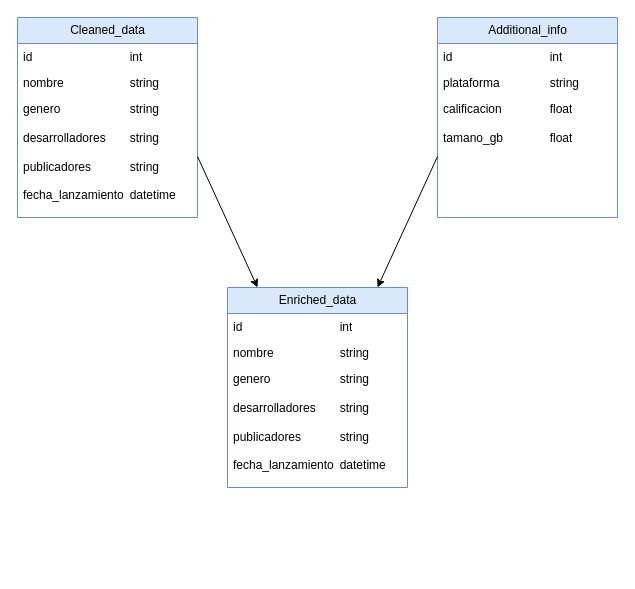
Before: docs/modelo_datos.drawio in aguilaradry/proyecto_integrador_edwin_sanchez_nikol_tamayo_adriana_aguilar, a draw.io diagram. Source tidied: cells renumbered, new cells numbered last; positions are measured from the earlier drawing's top-left corner, leaving out a move shared by most shapes. Both pictures are drawn from the tidied source at 100%, with x=0, y=0 at pixel (17, 17).
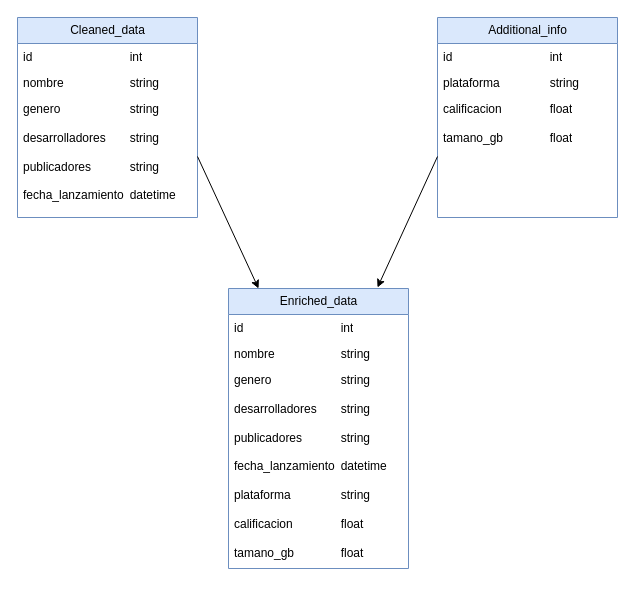
The same page after the edit.

Commit message:
actualizando el modelo de datos

The edit, as a diff of the source:
```diff
@@
 <mxGraphModel>
   <root>
     <mxCell id="0" />
     <mxCell id="1" parent="0" />
     <mxCell id="2" value="Cleaned_data" style="swimlane;fontStyle=0;horizontal=1;startSize=26;fillColor=#dae8fc;html=1;strokeColor=#6c8ebf;" parent="1" vertex="1">
       <mxGeometry width="180" height="200" as="geometry" />
     </mxCell>
     <mxCell id="3" value="id&lt;span style=&quot;white-space: pre;&quot;&gt;&#9;&lt;/span&gt;&lt;span style=&quot;white-space: pre;&quot;&gt;&#9;&lt;/span&gt;&lt;span style=&quot;white-space: pre;&quot;&gt;&#9;&lt;/span&gt;&lt;span style=&quot;white-space: pre;&quot;&gt;&#9;&lt;/span&gt;int" style="text;strokeColor=none;fillColor=none;align=left;verticalAlign=top;spacingLeft=4;spacingRight=4;overflow=hidden;whiteSpace=wrap;html=1;" parent="2" vertex="1">
       <mxGeometry y="26" width="180" height="26" as="geometry" />
     </mxCell>
     <mxCell id="4" value="nombre&lt;span style=&quot;white-space: pre;&quot;&gt;&#9;&lt;/span&gt;&lt;span style=&quot;white-space: pre;&quot;&gt;&#9;&lt;/span&gt;&lt;span style=&quot;white-space: pre;&quot;&gt;&#9;&lt;/span&gt;string" style="text;strokeColor=none;fillColor=none;align=left;verticalAlign=top;spacingLeft=4;spacingRight=4;overflow=hidden;whiteSpace=wrap;html=1;" parent="2" vertex="1">
       <mxGeometry y="52" width="180" height="26" as="geometry" />
     </mxCell>
     <mxCell id="5" value="genero&lt;span style=&quot;white-space: pre;&quot;&gt;&#9;&lt;/span&gt;&lt;span style=&quot;white-space: pre;&quot;&gt;&#9;&lt;/span&gt;&lt;span style=&quot;white-space: pre;&quot;&gt;&#9;&lt;/span&gt;string&lt;div&gt;&lt;br&gt;&lt;/div&gt;&lt;div&gt;desarrolladores&lt;span style=&quot;white-space: pre;&quot;&gt;&#9;&lt;/span&gt;string&lt;/div&gt;&lt;div&gt;&lt;br&gt;&lt;/div&gt;&lt;div&gt;publicadores&lt;span style=&quot;white-space: pre;&quot;&gt;&#9;&lt;/span&gt;&lt;span style=&quot;white-space: pre;&quot;&gt;&#9;&lt;/span&gt;string&lt;/div&gt;&lt;div&gt;&lt;br&gt;&lt;/div&gt;&lt;div&gt;fecha_lanzamiento&lt;span style=&quot;white-space: pre;&quot;&gt;&#9;&lt;/span&gt;datetime&lt;/div&gt;&lt;div&gt;&lt;br&gt;&lt;/div&gt;" style="text;strokeColor=none;fillColor=none;align=left;verticalAlign=top;spacingLeft=4;spacingRight=4;overflow=hidden;points=[[0,0.5],[1,0.5]];portConstraint=eastwest;whiteSpace=wrap;html=1;" parent="2" vertex="1">
       <mxGeometry y="78" width="180" height="122" as="geometry" />
     </mxCell>
     <mxCell id="6" value="Enriched_data" style="swimlane;fontStyle=0;horizontal=1;startSize=26;fillColor=#dae8fc;html=1;strokeColor=#6c8ebf;" parent="1" vertex="1">
-      <mxGeometry x="210" y="270" width="180" height="200" as="geometry" />
+      <mxGeometry x="211" y="271" width="180" height="280" as="geometry" />
     </mxCell>
     <mxCell id="7" value="id&lt;span style=&quot;white-space: pre;&quot;&gt;&#9;&lt;/span&gt;&lt;span style=&quot;white-space: pre;&quot;&gt;&#9;&lt;/span&gt;&lt;span style=&quot;white-space: pre;&quot;&gt;&#9;&lt;/span&gt;&lt;span style=&quot;white-space: pre;&quot;&gt;&#9;&lt;/span&gt;int" style="text;strokeColor=none;fillColor=none;align=left;verticalAlign=top;spacingLeft=4;spacingRight=4;overflow=hidden;whiteSpace=wrap;html=1;" parent="6" vertex="1">
       <mxGeometry y="26" width="180" height="26" as="geometry" />
     </mxCell>
     <mxCell id="8" value="nombre&lt;span style=&quot;white-space: pre;&quot;&gt;&#9;&lt;/span&gt;&lt;span style=&quot;white-space: pre;&quot;&gt;&#9;&lt;/span&gt;&lt;span style=&quot;white-space: pre;&quot;&gt;&#9;&lt;/span&gt;string" style="text;strokeColor=none;fillColor=none;align=left;verticalAlign=top;spacingLeft=4;spacingRight=4;overflow=hidden;whiteSpace=wrap;html=1;" parent="6" vertex="1">
       <mxGeometry y="52" width="180" height="26" as="geometry" />
     </mxCell>
-    <mxCell id="9" value="genero&lt;span style=&quot;white-space: pre;&quot;&gt;&#9;&lt;/span&gt;&lt;span style=&quot;white-space: pre;&quot;&gt;&#9;&lt;/span&gt;&lt;span style=&quot;white-space: pre;&quot;&gt;&#9;&lt;/span&gt;string&lt;div&gt;&lt;br&gt;&lt;/div&gt;&lt;div&gt;desarrolladores&lt;span style=&quot;white-space: pre;&quot;&gt;&#9;&lt;/span&gt;string&lt;/div&gt;&lt;div&gt;&lt;br&gt;&lt;/div&gt;&lt;div&gt;publicadores&lt;span style=&quot;white-space: pre;&quot;&gt;&#9;&lt;/span&gt;&lt;span style=&quot;white-space: pre;&quot;&gt;&#9;&lt;/span&gt;string&lt;/div&gt;&lt;div&gt;&lt;br&gt;&lt;/div&gt;&lt;div&gt;fecha_lanzamiento&lt;span style=&quot;white-space: pre;&quot;&gt;&#9;&lt;/span&gt;datetime&lt;/div&gt;&lt;div&gt;&lt;br&gt;&lt;/div&gt;" style="text;strokeColor=none;fillColor=none;align=left;verticalAlign=top;spacingLeft=4;spacingRight=4;overflow=hidden;whiteSpace=wrap;html=1;" parent="6" vertex="1">
-      <mxGeometry y="78" width="180" height="122" as="geometry" />
+    <mxCell id="9" value="genero&lt;span style=&quot;white-space: pre;&quot;&gt;&#9;&lt;/span&gt;&lt;span style=&quot;white-space: pre;&quot;&gt;&#9;&lt;/span&gt;&lt;span style=&quot;white-space: pre;&quot;&gt;&#9;&lt;/span&gt;string&lt;div&gt;&lt;br&gt;&lt;/div&gt;&lt;div&gt;desarrolladores&lt;span style=&quot;white-space: pre;&quot;&gt;&#9;&lt;/span&gt;string&lt;/div&gt;&lt;div&gt;&lt;br&gt;&lt;/div&gt;&lt;div&gt;publicadores&lt;span style=&quot;white-space: pre;&quot;&gt;&#9;&lt;/span&gt;&lt;span style=&quot;white-space: pre;&quot;&gt;&#9;&lt;/span&gt;string&lt;/div&gt;&lt;div&gt;&lt;br&gt;&lt;/div&gt;&lt;div&gt;fecha_lanzamiento&lt;span style=&quot;white-space: pre;&quot;&gt;&#9;&lt;/span&gt;datetime&lt;/div&gt;&lt;div&gt;&lt;br&gt;&lt;/div&gt;&lt;div&gt;&lt;span style=&quot;color: rgb(0, 0, 0);&quot;&gt;plataforma&lt;/span&gt;&lt;span style=&quot;white-space: pre;&quot;&gt;&#9;&lt;/span&gt;&lt;span style=&quot;white-space: pre;&quot;&gt;&#9;&lt;/span&gt;&lt;span style=&quot;color: rgb(0, 0, 0);&quot;&gt;string&lt;/span&gt;&lt;/div&gt;&lt;div&gt;&lt;span style=&quot;color: rgb(0, 0, 0);&quot;&gt;&lt;br&gt;&lt;/span&gt;&lt;/div&gt;&lt;div&gt;&lt;font color=&quot;#000000&quot;&gt;calificacion&lt;/font&gt;&lt;span style=&quot;color: rgb(63, 63, 63); white-space: pre;&quot;&gt;&#9;&lt;/span&gt;&lt;span style=&quot;color: rgb(63, 63, 63); white-space: pre;&quot;&gt;&#9;&lt;/span&gt;&lt;span style=&quot;color: rgb(0, 0, 0);&quot;&gt;float&lt;/span&gt;&lt;/div&gt;&lt;div&gt;&lt;span style=&quot;color: rgb(0, 0, 0);&quot;&gt;&lt;br&gt;&lt;/span&gt;&lt;/div&gt;&lt;div&gt;&lt;font color=&quot;#000000&quot;&gt;tamano_gb&lt;span style=&quot;white-space: pre;&quot;&gt;&#9;&lt;/span&gt;&lt;span style=&quot;white-space: pre;&quot;&gt;&#9;&lt;/span&gt;float&lt;/font&gt;&lt;/div&gt;" style="text;strokeColor=none;fillColor=none;align=left;verticalAlign=top;spacingLeft=4;spacingRight=4;overflow=hidden;whiteSpace=wrap;html=1;" parent="6" vertex="1">
+      <mxGeometry y="78" width="180" height="202" as="geometry" />
     </mxCell>
     <mxCell id="10" value="Additional_info" style="swimlane;fontStyle=0;horizontal=1;startSize=26;fillColor=#dae8fc;html=1;strokeColor=#6c8ebf;" parent="1" vertex="1">
       <mxGeometry x="420" width="180" height="200" as="geometry" />
     </mxCell>
     <mxCell id="11" value="id&lt;span style=&quot;white-space: pre;&quot;&gt;&#9;&lt;/span&gt;&lt;span style=&quot;white-space: pre;&quot;&gt;&#9;&lt;/span&gt;&lt;span style=&quot;white-space: pre;&quot;&gt;&#9;&lt;/span&gt;&lt;span style=&quot;white-space: pre;&quot;&gt;&#9;&lt;/span&gt;int" style="text;strokeColor=none;fillColor=none;align=left;verticalAlign=top;spacingLeft=4;spacingRight=4;overflow=hidden;whiteSpace=wrap;html=1;" parent="10" vertex="1">
       <mxGeometry y="26" width="180" height="26" as="geometry" />
     </mxCell>
     <mxCell id="12" value="plataforma&lt;span style=&quot;white-space: pre;&quot;&gt;&#9;&lt;/span&gt;&lt;span style=&quot;white-space: pre;&quot;&gt;&#9;&lt;/span&gt;string" style="text;strokeColor=none;fillColor=none;align=left;verticalAlign=top;spacingLeft=4;spacingRight=4;overflow=hidden;whiteSpace=wrap;html=1;" parent="10" vertex="1">
       <mxGeometry y="52" width="180" height="26" as="geometry" />
     </mxCell>
     <mxCell id="13" value="calificacion&lt;span style=&quot;white-space: pre;&quot;&gt;&#9;&lt;/span&gt;&lt;span style=&quot;white-space: pre;&quot;&gt;&#9;&lt;/span&gt;float&lt;div&gt;&lt;br&gt;&lt;/div&gt;&lt;div&gt;tamano_gb&lt;span style=&quot;white-space: pre;&quot;&gt;&#9;&lt;/span&gt;&lt;span style=&quot;white-space: pre;&quot;&gt;&#9;&lt;/span&gt;float&lt;/div&gt;&lt;div&gt;&lt;br&gt;&lt;/div&gt;&lt;div&gt;&lt;br&gt;&lt;/div&gt;" style="text;strokeColor=none;fillColor=none;align=left;verticalAlign=top;spacingLeft=4;spacingRight=4;overflow=hidden;points=[[0,0.5],[1,0.5]];portConstraint=eastwest;whiteSpace=wrap;html=1;" parent="10" vertex="1">
       <mxGeometry y="78" width="180" height="122" as="geometry" />
     </mxCell>
     <mxCell id="14" style="edgeStyle=none;html=1;exitX=1;exitY=0.5;exitDx=0;exitDy=0;entryX=0.167;entryY=0;entryDx=0;entryDy=0;entryPerimeter=0;" parent="1" edge="1" source="5" target="6">
       <mxGeometry relative="1" as="geometry" />
     </mxCell>
     <mxCell id="15" style="edgeStyle=none;html=1;exitX=0;exitY=0.5;exitDx=0;exitDy=0;" parent="1" edge="1" source="13">
       <mxGeometry relative="1" as="geometry">
         <mxPoint x="360" y="270" as="targetPoint" />
       </mxGeometry>
     </mxCell>
   </root>
 </mxGraphModel>
```
